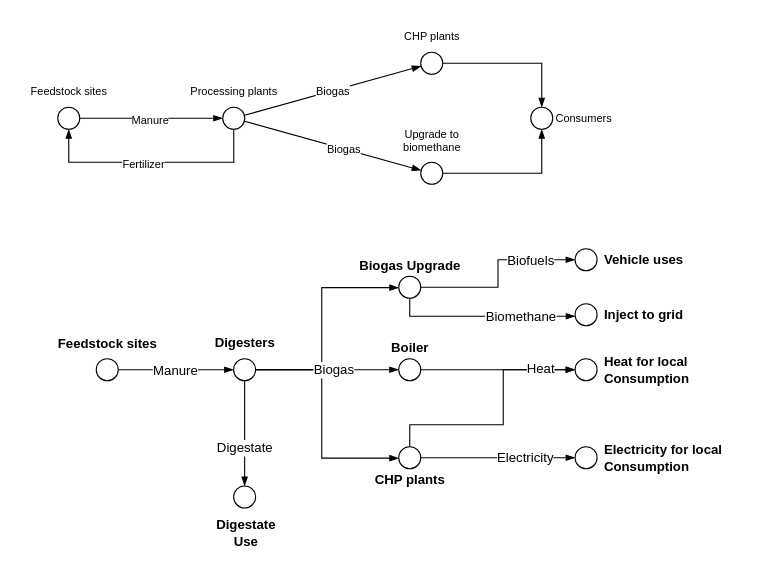
Earlier version of the draw.io diagram diagrams/biogas_supply_chain.drawio (springonions-87/bioze_digital_mapping_tool). Source tidied: cells renumbered, new cells numbered last; positions are measured from the earlier drawing's top-left corner, leaving out a move shared by most shapes. Both pictures are drawn from the tidied source at 110%, with x=0, y=0 at pixel (19, 19).
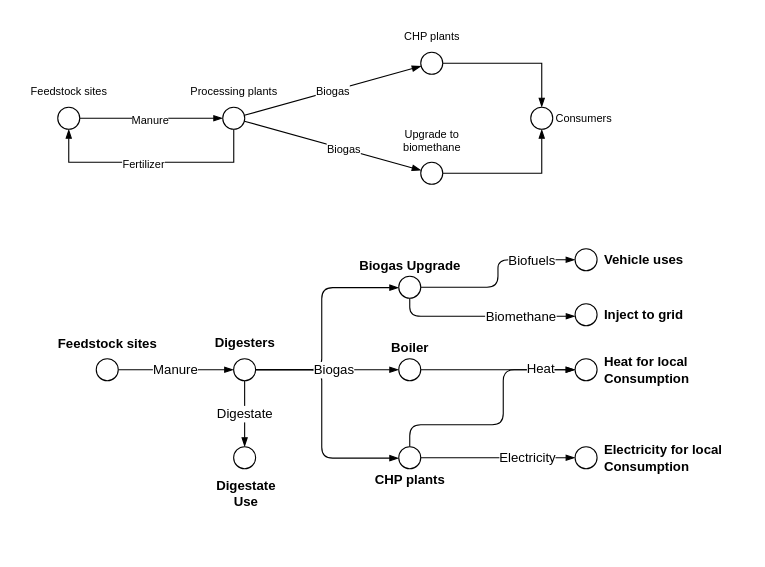
After the change.

Unchanged cells that the change refers to:
```xml
<mxCell id="21" style="rounded=0;jettySize=auto;html=1;endArrow=blockThin;endFill=1;fontSize=12;strokeWidth=1;" parent="1" edge="1" source="23" target="30">
  <mxGeometry relative="1" as="geometry" />
</mxCell>
<mxCell id="24" style="edgeStyle=orthogonalEdgeStyle;rounded=0;jettySize=auto;html=1;endArrow=blockThin;endFill=1;fontSize=12;strokeWidth=1;" parent="1" edge="1" source="30" target="44">
  <mxGeometry relative="1" as="geometry">
    <Array as="points">
      <mxPoint x="204.9" y="388.6" />
      <mxPoint x="204.9" y="388.6" />
    </Array>
  </mxGeometry>
</mxCell>
<mxCell id="30" style="ellipse;whiteSpace=wrap;html=1;fontSize=12;" parent="1" vertex="1">
  <mxGeometry x="194.9" y="308.6" width="20" height="20" as="geometry" />
</mxCell>
<mxCell id="35" style="edgeStyle=none;html=1;endArrow=blockThin;endFill=1;fontSize=12;strokeWidth=1;" parent="1" edge="1" source="39" target="47">
  <mxGeometry relative="1" as="geometry" />
</mxCell>
<mxCell id="39" style="ellipse;whiteSpace=wrap;html=1;fontSize=12;" parent="1" vertex="1">
  <mxGeometry x="345" y="388.6" width="20" height="20" as="geometry" />
</mxCell>
<mxCell id="41" style="ellipse;whiteSpace=wrap;html=1;fontSize=12;" parent="1" vertex="1">
  <mxGeometry x="505.3" y="308.6" width="20" height="20" as="geometry" />
</mxCell>
<mxCell id="52" style="ellipse;whiteSpace=wrap;html=1;fontSize=12;" parent="1" vertex="1">
  <mxGeometry x="345" y="233.6" width="20" height="20" as="geometry" />
</mxCell>
<mxCell id="54" style="ellipse;whiteSpace=wrap;html=1;fontSize=12;" parent="1" vertex="1">
  <mxGeometry x="505.3" y="258.6" width="20" height="20" as="geometry" />
</mxCell>
<mxCell id="56" style="ellipse;whiteSpace=wrap;html=1;fontSize=12;" parent="1" vertex="1">
  <mxGeometry x="505.3" y="208.6" width="20" height="20" as="geometry" />
</mxCell>
```

Change to the diagram source:
```diff
@@
     <mxCell id="22" value="Manure" style="edgeLabel;html=1;align=center;verticalAlign=middle;fontSize=12;" parent="21" vertex="1">
-      <mxGeometry x="-0.03" y="-1" relative="1" as="geometry" />
+      <mxGeometry x="-0.03" y="-1" relative="1" as="geometry">
+        <mxPoint y="-1" as="offset" />
+      </mxGeometry>
     </mxCell>
@@
     <mxCell id="25" value="Digestate" style="edgeLabel;html=1;align=center;verticalAlign=middle;fontSize=12;" parent="24" vertex="1">
       <mxGeometry x="0.08" y="1" relative="1" as="geometry">
-        <mxPoint x="-1" y="9" as="offset" />
+        <mxPoint x="-1" y="-2" as="offset" />
       </mxGeometry>
     </mxCell>
-    <mxCell id="26" style="edgeStyle=orthogonalEdgeStyle;html=1;strokeWidth=1;fontSize=12;endArrow=blockThin;endFill=1;rounded=0;" parent="1" edge="1" source="30" target="52">
+    <mxCell id="26" style="edgeStyle=orthogonalEdgeStyle;html=1;strokeWidth=1;fontSize=12;endArrow=blockThin;endFill=1;rounded=1;" parent="1" edge="1" source="30" target="52">
       <mxGeometry relative="1" as="geometry">
         <Array as="points">
           <mxPoint x="275" y="319" />
           <mxPoint x="275" y="244" />
         </Array>
       </mxGeometry>
     </mxCell>
-    <mxCell id="27" style="edgeStyle=orthogonalEdgeStyle;rounded=0;html=1;strokeWidth=1;fontSize=12;endArrow=blockThin;endFill=1;" parent="1" edge="1" source="30" target="39">
+    <mxCell id="27" style="edgeStyle=orthogonalEdgeStyle;rounded=1;html=1;strokeWidth=1;fontSize=12;endArrow=blockThin;endFill=1;" parent="1" edge="1" source="30" target="39">
       <mxGeometry relative="1" as="geometry">
         <Array as="points">
           <mxPoint x="275" y="319" />
           <mxPoint x="275" y="399" />
         </Array>
       </mxGeometry>
     </mxCell>
@@
     <mxCell id="36" value="Electricity" style="edgeLabel;html=1;align=center;verticalAlign=middle;fontSize=12;" parent="35" vertex="1">
       <mxGeometry x="0.51" relative="1" as="geometry">
-        <mxPoint x="-12" as="offset" />
+        <mxPoint x="-10" as="offset" />
       </mxGeometry>
     </mxCell>
-    <mxCell id="37" style="edgeStyle=orthogonalEdgeStyle;html=1;endArrow=blockThin;endFill=1;fontSize=12;strokeWidth=1;rounded=0;" parent="1" edge="1" source="39" target="41">
+    <mxCell id="37" style="edgeStyle=orthogonalEdgeStyle;html=1;endArrow=blockThin;endFill=1;fontSize=12;strokeWidth=1;rounded=1;" parent="1" edge="1" source="39" target="41">
       <mxGeometry relative="1" as="geometry">
         <Array as="points">
           <mxPoint x="355" y="368.6" />
           <mxPoint x="440" y="368.6" />
           <mxPoint x="440" y="318.6" />
         </Array>
       </mxGeometry>
     </mxCell>
@@
     <mxCell id="44" style="ellipse;whiteSpace=wrap;html=1;fontSize=12;" parent="1" vertex="1">
-      <mxGeometry x="194.9" y="424.3" width="20" height="20" as="geometry" />
+      <mxGeometry x="194.9" y="388.6" width="20" height="20" as="geometry" />
     </mxCell>
     <mxCell id="45" value="Digestate&lt;br style=&quot;font-size: 12px;&quot;&gt;Use" style="edgeLabel;html=1;align=center;verticalAlign=middle;fontSize=12;fontStyle=1;" parent="1" vertex="1">
-      <mxGeometry x="205" y="470" as="geometry">
+      <mxGeometry x="205" y="434.3" as="geometry">
         <mxPoint y="-4" as="offset" />
       </mxGeometry>
     </mxCell>
@@
-    <mxCell id="48" style="edgeStyle=orthogonalEdgeStyle;html=1;endArrow=blockThin;endFill=1;fontSize=12;strokeWidth=1;rounded=0;" parent="1" edge="1" source="52" target="54">
+    <mxCell id="48" style="edgeStyle=orthogonalEdgeStyle;html=1;endArrow=blockThin;endFill=1;fontSize=12;strokeWidth=1;rounded=1;" parent="1" edge="1" source="52" target="54">
       <mxGeometry relative="1" as="geometry">
         <Array as="points">
           <mxPoint x="355" y="270" />
         </Array>
       </mxGeometry>
     </mxCell>
@@
-    <mxCell id="50" style="edgeStyle=orthogonalEdgeStyle;html=1;endArrow=blockThin;endFill=1;entryX=0;entryY=0.5;entryDx=0;entryDy=0;fontSize=12;strokeWidth=1;rounded=0;" parent="1" edge="1" source="52" target="56">
+    <mxCell id="50" style="edgeStyle=orthogonalEdgeStyle;html=1;endArrow=blockThin;endFill=1;entryX=0;entryY=0.5;entryDx=0;entryDy=0;fontSize=12;strokeWidth=1;rounded=1;" parent="1" edge="1" source="52" target="56">
       <mxGeometry relative="1" as="geometry" />
     </mxCell>
     <mxCell id="51" value="Biofuels" style="edgeLabel;html=1;align=center;verticalAlign=middle;fontSize=12;" parent="50" vertex="1">
       <mxGeometry x="0.18" y="-1" relative="1" as="geometry">
-        <mxPoint x="26" as="offset" />
+        <mxPoint x="27" as="offset" />
       </mxGeometry>
     </mxCell>
```
